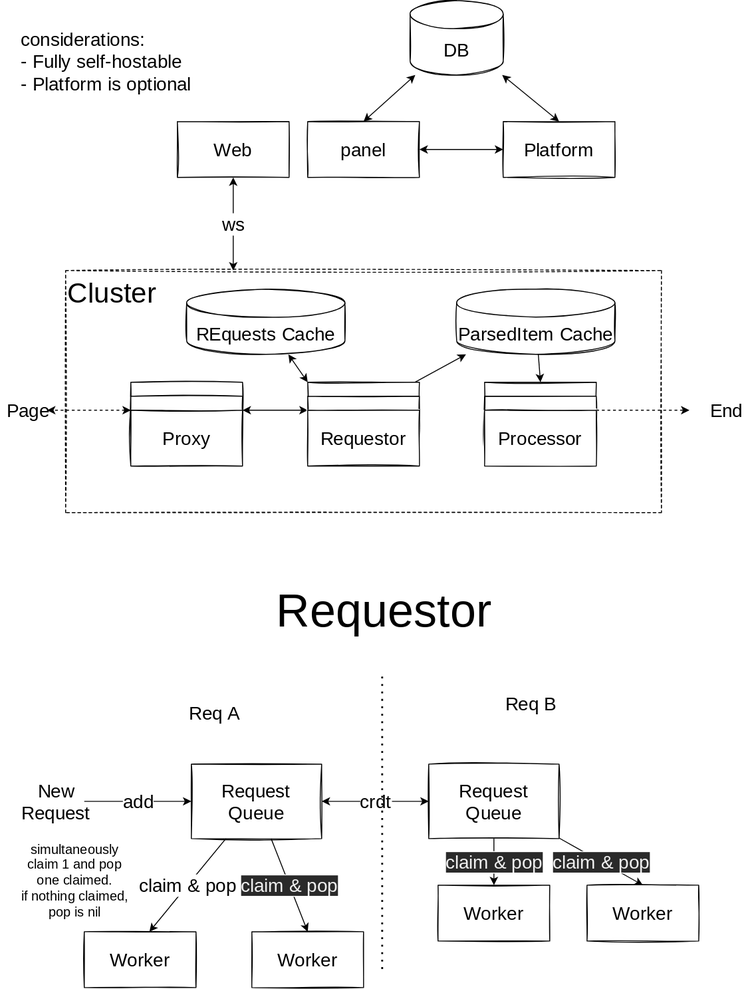
Above: docs/architecture.drawio.svg in elixir-crawly/crawly (draw.io), before the change. Source tidied: cells renumbered, new cells last; positions are measured from the earlier drawing's top-left corner, leaving out a move shared by most shapes.
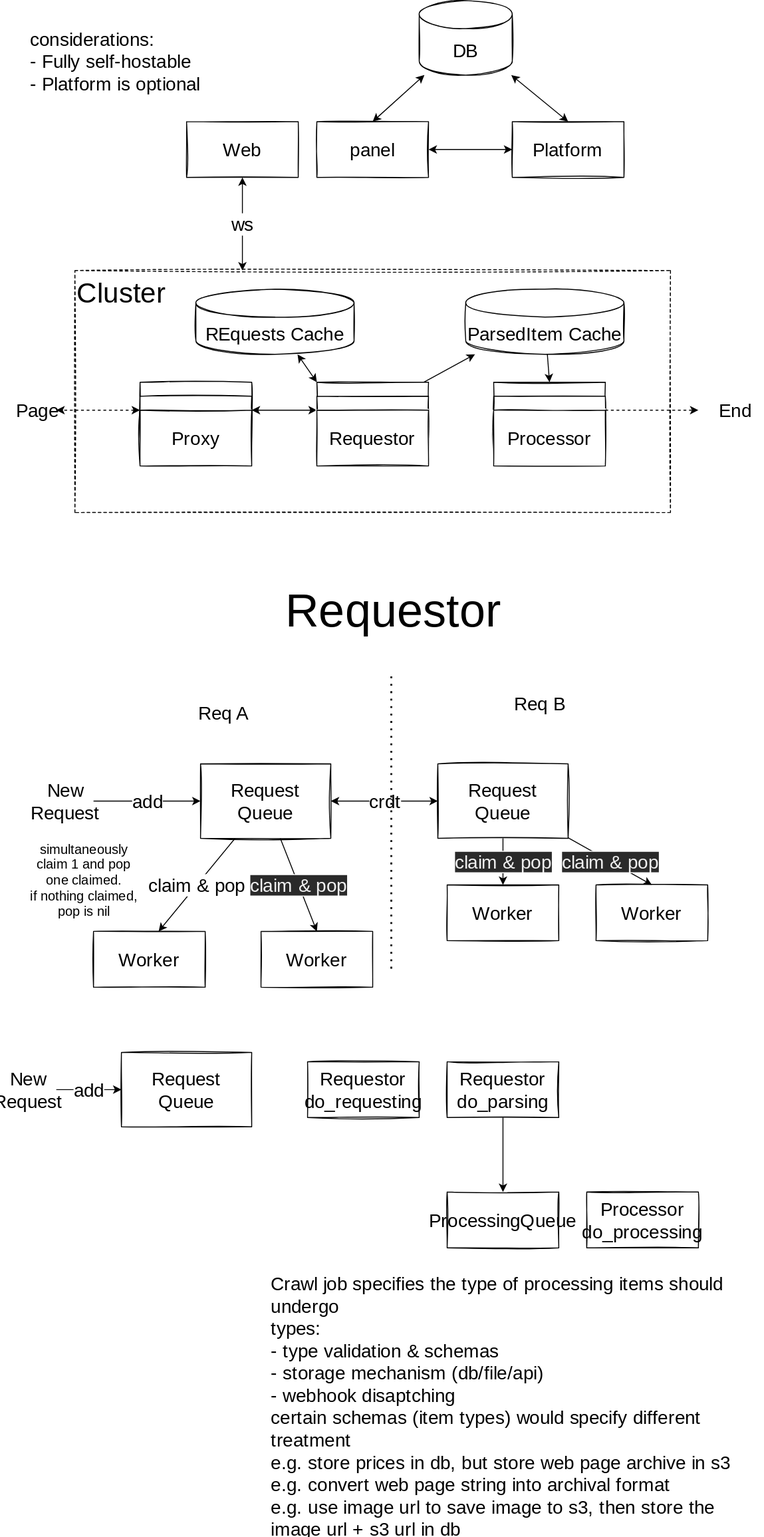
Above is the later version.

Commit message:
docs: added request lifecycle diagram

Change to the diagram source:
```diff
@@ -154,5 +154,32 @@
     <mxCell id="48" value="simultaneously claim 1 and pop one claimed.&amp;nbsp;&lt;br&gt;if nothing claimed, pop is nil" style="text;html=1;strokeColor=none;fillColor=none;align=center;verticalAlign=middle;whiteSpace=wrap;rounded=0;sketch=1;fontFamily=Nanum Pen Script;fontSource=https%3A%2F%2Ffonts.googleapis.com%2Fcss%3Ffamily%3DNanum%2BPen%2BScript;fontSize=14;fontColor=default;" parent="1" vertex="1">
       <mxGeometry x="20" y="900" width="120" height="90" as="geometry" />
     </mxCell>
+    <mxCell id="49" value="&lt;span style=&quot;font-size: 20px&quot;&gt;Request Queue&lt;/span&gt;" style="rounded=0;whiteSpace=wrap;html=1;sketch=1;fontFamily=Nanum Pen Script;fontSource=https%3A%2F%2Ffonts.googleapis.com%2Fcss%3Ffamily%3DNanum%2BPen%2BScript;fontSize=20;fontColor=default;strokeColor=default;fillColor=none;verticalAlign=middle;align=center;" parent="1" vertex="1">
+      <mxGeometry x="120" y="1130" width="140" height="80" as="geometry" />
+    </mxCell>
+    <mxCell id="50" value="add" style="edgeStyle=none;html=1;entryX=0;entryY=0.5;entryDx=0;entryDy=0;fontFamily=Nanum Pen Script;fontSource=https%3A%2F%2Ffonts.googleapis.com%2Fcss%3Ffamily%3DNanum%2BPen%2BScript;fontSize=20;fontColor=default;startArrow=none;startFill=0;" parent="1" edge="1" source="51" target="49">
+      <mxGeometry relative="1" as="geometry" />
+    </mxCell>
+    <mxCell id="51" value="New Request" style="text;html=1;strokeColor=none;fillColor=none;align=center;verticalAlign=middle;whiteSpace=wrap;rounded=0;sketch=1;fontFamily=Nanum Pen Script;fontSource=https%3A%2F%2Ffonts.googleapis.com%2Fcss%3Ffamily%3DNanum%2BPen%2BScript;fontSize=20;fontColor=default;" parent="1" vertex="1">
+      <mxGeometry x="-10" y="1155" width="60" height="30" as="geometry" />
+    </mxCell>
+    <mxCell id="52" value="Requestor&lt;br&gt;do_requesting" style="rounded=0;whiteSpace=wrap;html=1;sketch=1;fontFamily=Nanum Pen Script;fontSource=https%3A%2F%2Ffonts.googleapis.com%2Fcss%3Ffamily%3DNanum%2BPen%2BScript;fontSize=20;fontColor=default;strokeColor=default;fillColor=none;" parent="1" vertex="1">
+      <mxGeometry x="320" y="1140" width="120" height="60" as="geometry" />
+    </mxCell>
+    <mxCell id="53" style="edgeStyle=none;html=1;entryX=0.5;entryY=0;entryDx=0;entryDy=0;" parent="1" edge="1" source="54" target="55">
+      <mxGeometry relative="1" as="geometry" />
+    </mxCell>
+    <mxCell id="54" value="Requestor&lt;br&gt;do_parsing" style="rounded=0;whiteSpace=wrap;html=1;sketch=1;fontFamily=Nanum Pen Script;fontSource=https%3A%2F%2Ffonts.googleapis.com%2Fcss%3Ffamily%3DNanum%2BPen%2BScript;fontSize=20;fontColor=default;strokeColor=default;fillColor=none;" parent="1" vertex="1">
+      <mxGeometry x="470" y="1140" width="120" height="60" as="geometry" />
+    </mxCell>
+    <mxCell id="55" value="ProcessingQueue" style="rounded=0;whiteSpace=wrap;html=1;sketch=1;fontFamily=Nanum Pen Script;fontSource=https%3A%2F%2Ffonts.googleapis.com%2Fcss%3Ffamily%3DNanum%2BPen%2BScript;fontSize=20;fontColor=default;strokeColor=default;fillColor=none;" parent="1" vertex="1">
+      <mxGeometry x="470" y="1280" width="120" height="60" as="geometry" />
+    </mxCell>
+    <mxCell id="56" value="Processor&lt;br&gt;do_processing" style="rounded=0;whiteSpace=wrap;html=1;sketch=1;fontFamily=Nanum Pen Script;fontSource=https%3A%2F%2Ffonts.googleapis.com%2Fcss%3Ffamily%3DNanum%2BPen%2BScript;fontSize=20;fontColor=default;strokeColor=default;fillColor=none;" parent="1" vertex="1">
+      <mxGeometry x="620" y="1280" width="120" height="60" as="geometry" />
+    </mxCell>
+    <mxCell id="57" value="&lt;div style=&quot;text-align: left&quot;&gt;&lt;span style=&quot;font-size: 20px&quot;&gt;Crawl job specifies the type of processing items should undergo&lt;/span&gt;&lt;/div&gt;&lt;span style=&quot;font-size: 20px&quot;&gt;&lt;div style=&quot;text-align: left&quot;&gt;&lt;span&gt;types:&lt;/span&gt;&lt;/div&gt;&lt;div style=&quot;text-align: left&quot;&gt;&lt;span&gt;- type validation &amp;amp; schemas&lt;/span&gt;&lt;/div&gt;&lt;div style=&quot;text-align: left&quot;&gt;&lt;span&gt;- storage mechanism (db/file/api)&lt;/span&gt;&lt;/div&gt;&lt;div style=&quot;text-align: left&quot;&gt;&lt;span&gt;- webhook disaptching&lt;/span&gt;&lt;/div&gt;&lt;div style=&quot;text-align: left&quot;&gt;&lt;span&gt;certain schemas (item types) would specify different treatment&lt;/span&gt;&lt;/div&gt;&lt;div style=&quot;text-align: left&quot;&gt;&lt;span&gt;e.g. store prices in db, but store web page archive in s3&lt;/span&gt;&lt;/div&gt;&lt;div style=&quot;text-align: left&quot;&gt;&lt;span&gt;e.g. convert web page string into archival format&lt;/span&gt;&lt;/div&gt;&lt;div style=&quot;text-align: left&quot;&gt;&lt;span&gt;e.g. use image url to save image to s3, then store the image url + s3 url in db&lt;/span&gt;&lt;/div&gt;&lt;/span&gt;" style="text;html=1;strokeColor=none;fillColor=none;align=center;verticalAlign=middle;whiteSpace=wrap;rounded=0;sketch=1;fontFamily=Nanum Pen Script;fontSource=https%3A%2F%2Ffonts.googleapis.com%2Fcss%3Ffamily%3DNanum%2BPen%2BScript;fontSize=14;fontColor=default;" parent="1" vertex="1">
+      <mxGeometry x="280" y="1370" width="530" height="280" as="geometry" />
+    </mxCell>
   </root>
 </mxGraphModel>
```
